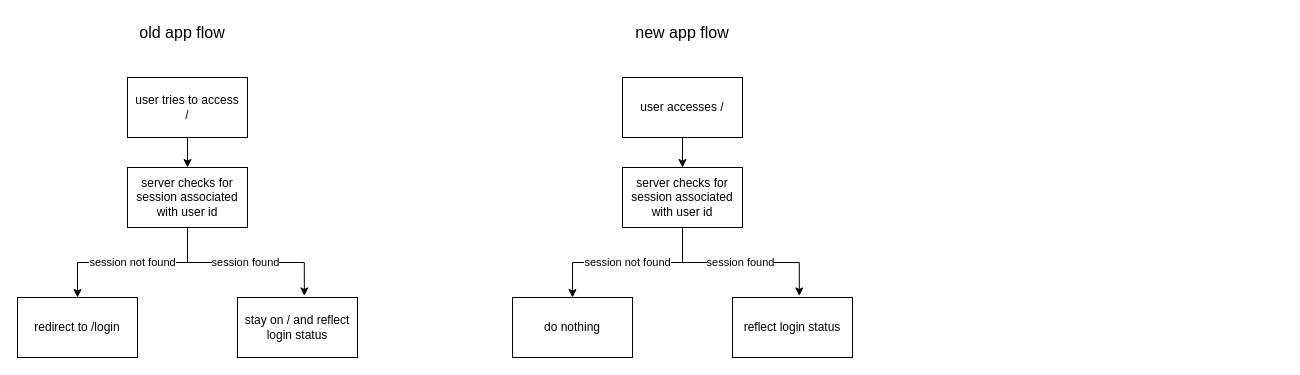
Before: app_flowchart.drawio in ahmdmoadi/secure_weblogin_test, a draw.io diagram. Source tidied: cells renumbered, new cells numbered last; positions are measured from the earlier drawing's top-left corner, leaving out a move shared by most shapes. Both pictures are drawn from the tidied source at 100%, with x=0, y=0 at pixel (17, 17).
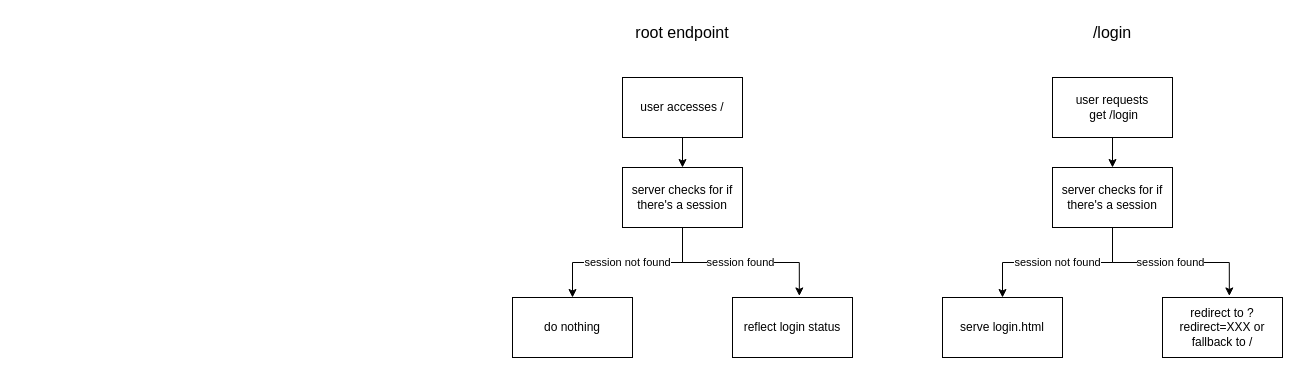
After the change.

The edit, as a diff of the source:
```diff
@@
-    <mxCell id="2" style="edgeStyle=orthogonalEdgeStyle;rounded=0;jettySize=auto;html=1;entryX=0.5;entryY=0;entryDx=0;entryDy=0;" parent="1" edge="1" source="3" target="5">
-      <mxGeometry relative="1" as="geometry" />
-    </mxCell>
-    <mxCell id="3" value="user tries to access&lt;div&gt;/&lt;/div&gt;" style="rounded=0;whiteSpace=wrap;html=1;" parent="1" vertex="1">
-      <mxGeometry x="110" y="60" width="120" height="60" as="geometry" />
-    </mxCell>
-    <mxCell id="4" value="session not found" style="edgeStyle=orthogonalEdgeStyle;rounded=0;jettySize=auto;html=1;entryX=0.5;entryY=0;entryDx=0;entryDy=0;" parent="1" edge="1" source="5" target="6">
-      <mxGeometry relative="1" as="geometry">
-        <Array as="points">
-          <mxPoint x="170" y="245" />
-          <mxPoint x="60" y="245" />
-        </Array>
-      </mxGeometry>
-    </mxCell>
-    <mxCell id="5" value="server checks for session associated with user id" style="rounded=0;whiteSpace=wrap;html=1;" parent="1" vertex="1">
-      <mxGeometry x="110" y="150" width="120" height="60" as="geometry" />
-    </mxCell>
-    <mxCell id="6" value="redirect to /login" style="rounded=0;whiteSpace=wrap;html=1;" parent="1" vertex="1">
-      <mxGeometry y="280" width="120" height="60" as="geometry" />
-    </mxCell>
-    <mxCell id="7" value="stay on / and reflect login status" style="rounded=0;whiteSpace=wrap;html=1;" parent="1" vertex="1">
-      <mxGeometry x="220" y="280" width="120" height="60" as="geometry" />
-    </mxCell>
-    <mxCell id="8" value="session found" style="edgeStyle=orthogonalEdgeStyle;rounded=0;jettySize=auto;html=1;entryX=0.557;entryY=-0.026;entryDx=0;entryDy=0;entryPerimeter=0;" parent="1" edge="1" source="5" target="7">
-      <mxGeometry relative="1" as="geometry" />
-    </mxCell>
-    <mxCell id="9" value="old app flow" style="text;html=1;align=center;verticalAlign=middle;whiteSpace=wrap;rounded=0;fontSize=16;" parent="1" vertex="1">
-      <mxGeometry x="100" width="130" height="30" as="geometry" />
-    </mxCell>
-    <mxCell id="10" value="new app flow" style="text;html=1;align=center;verticalAlign=middle;whiteSpace=wrap;rounded=0;fontSize=16;" parent="1" vertex="1">
+    <mxCell id="10" value="root endpoint" style="text;html=1;align=center;verticalAlign=middle;whiteSpace=wrap;rounded=0;fontSize=16;" parent="1" vertex="1">
       <mxGeometry x="600" width="130" height="30" as="geometry" />
     </mxCell>
@@
-    <mxCell id="14" value="server checks for session associated with user id" style="rounded=0;whiteSpace=wrap;html=1;" parent="1" vertex="1">
+    <mxCell id="14" value="server checks for if there's a session" style="rounded=0;whiteSpace=wrap;html=1;" parent="1" vertex="1">
       <mxGeometry x="605" y="150" width="120" height="60" as="geometry" />
     </mxCell>
@@
+    <mxCell id="18" value="/login" style="text;html=1;align=center;verticalAlign=middle;whiteSpace=wrap;rounded=0;fontSize=16;" parent="1" vertex="1">
+      <mxGeometry x="1030" width="130" height="30" as="geometry" />
+    </mxCell>
+    <mxCell id="19" style="edgeStyle=orthogonalEdgeStyle;rounded=0;jettySize=auto;html=1;entryX=0.5;entryY=0;entryDx=0;entryDy=0;" parent="1" edge="1" source="20" target="21">
+      <mxGeometry relative="1" as="geometry" />
+    </mxCell>
+    <mxCell id="20" value="user requests&lt;div&gt;&amp;nbsp;get /login&lt;/div&gt;" style="rounded=0;whiteSpace=wrap;html=1;" parent="1" vertex="1">
+      <mxGeometry x="1035" y="60" width="120" height="60" as="geometry" />
+    </mxCell>
+    <mxCell id="4" value="session not found" style="edgeStyle=orthogonalEdgeStyle;rounded=0;jettySize=auto;html=1;entryX=0.5;entryY=0;entryDx=0;entryDy=0;" parent="1" edge="1" source="21" target="22">
+      <mxGeometry relative="1" as="geometry">
+        <Array as="points">
+          <mxPoint x="1095" y="245" />
+          <mxPoint x="985" y="245" />
+        </Array>
+      </mxGeometry>
+    </mxCell>
+    <mxCell id="21" value="server checks for if there's a session" style="rounded=0;whiteSpace=wrap;html=1;" parent="1" vertex="1">
+      <mxGeometry x="1035" y="150" width="120" height="60" as="geometry" />
+    </mxCell>
+    <mxCell id="22" value="serve login.html" style="rounded=0;whiteSpace=wrap;html=1;" parent="1" vertex="1">
+      <mxGeometry x="925" y="280" width="120" height="60" as="geometry" />
+    </mxCell>
+    <mxCell id="23" value="redirect to ?redirect=XXX or fallback to /" style="rounded=0;whiteSpace=wrap;html=1;" parent="1" vertex="1">
+      <mxGeometry x="1145" y="280" width="120" height="60" as="geometry" />
+    </mxCell>
+    <mxCell id="8" value="session found" style="edgeStyle=orthogonalEdgeStyle;rounded=0;jettySize=auto;html=1;entryX=0.557;entryY=-0.026;entryDx=0;entryDy=0;entryPerimeter=0;" parent="1" edge="1" source="21" target="23">
+      <mxGeometry relative="1" as="geometry" />
+    </mxCell>
```
